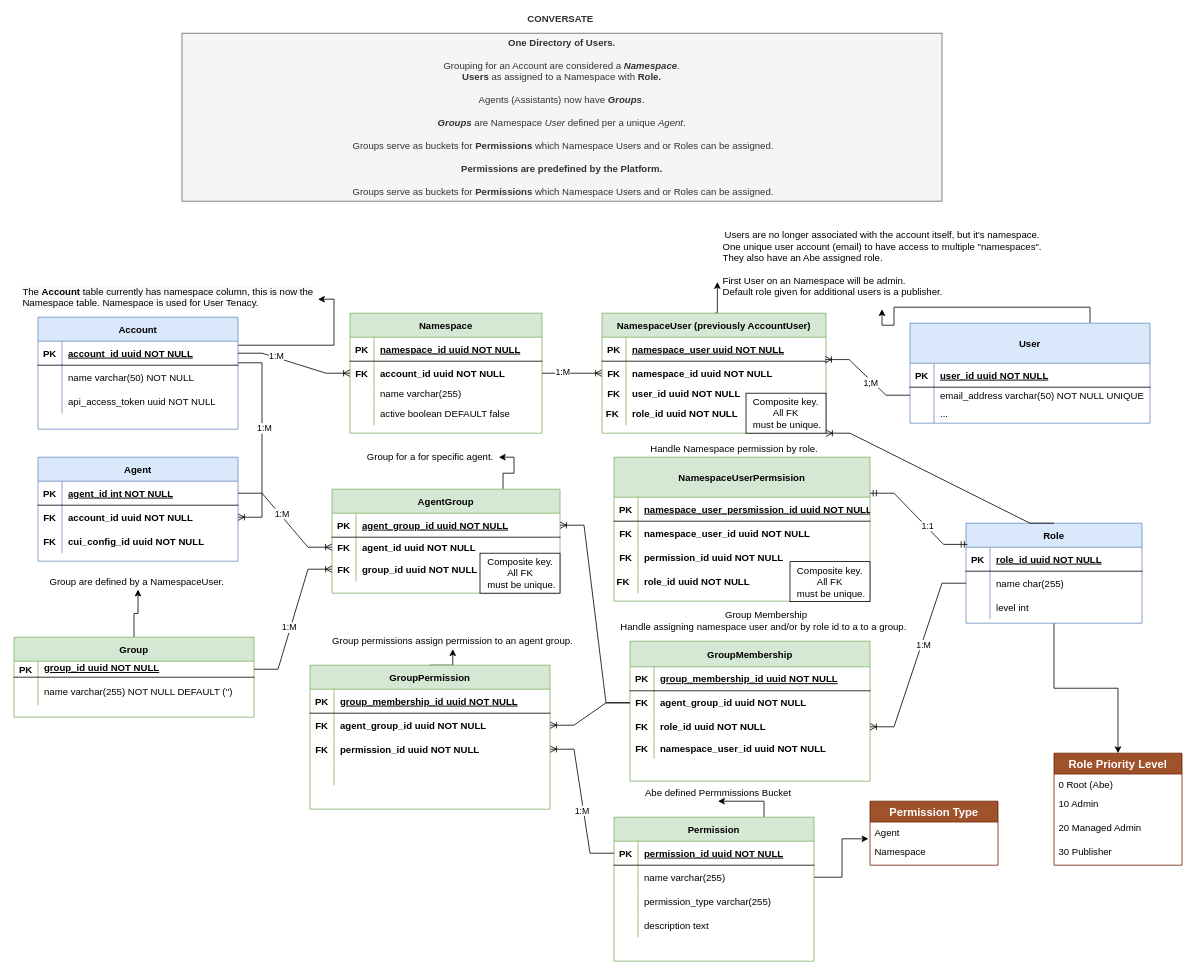
Earlier version of the draw.io diagram page "Diagram" (1 of 3) of Untitled Diagram.drawio (toyabeai/diagrams). Source tidied: cells renumbered, new cells numbered last; positions are measured from the earlier drawing's top-left corner, leaving out a move shared by most shapes. Both pictures are drawn from the tidied source at 80%, with x=0, y=0 at pixel (14, 33).
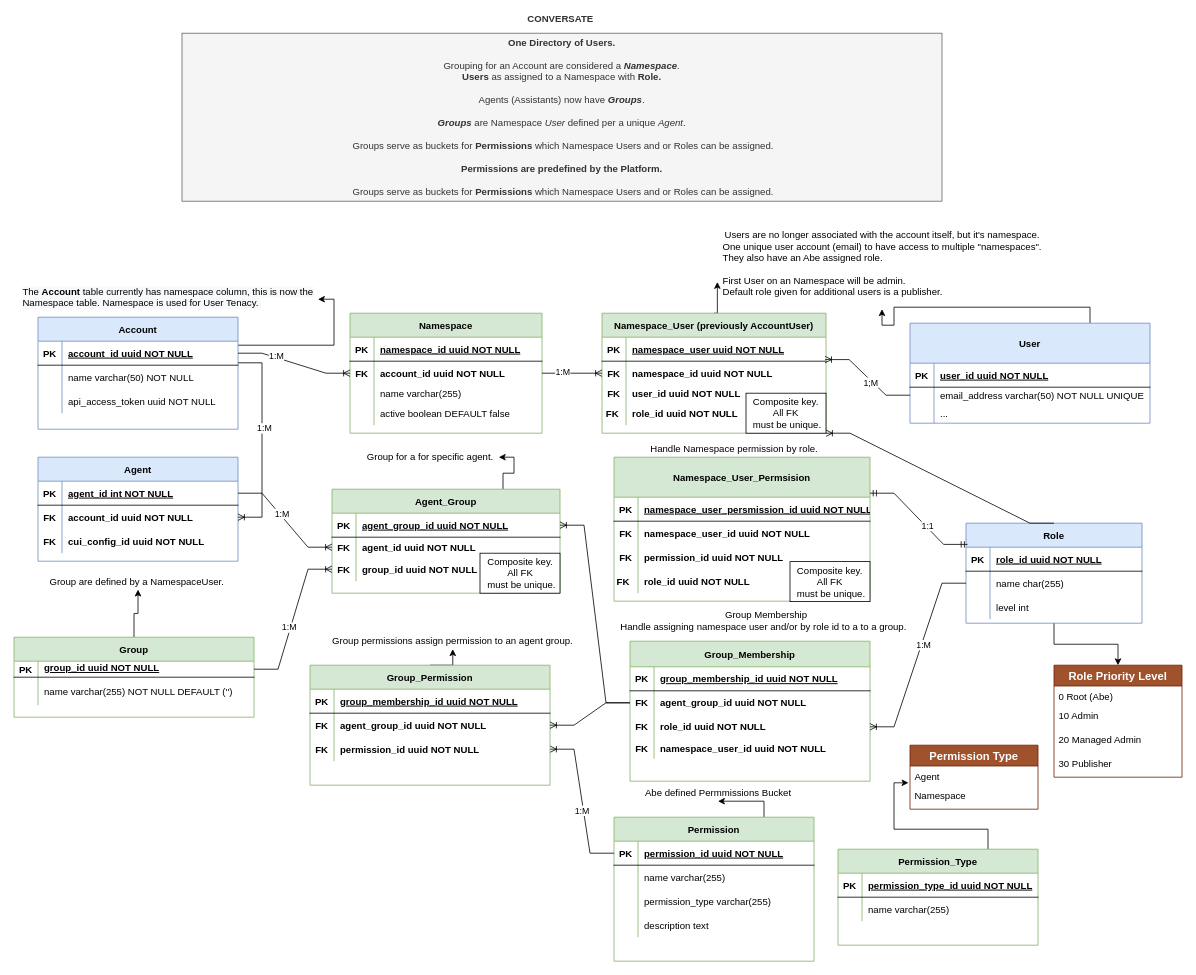
After the change.

Unchanged cells that the change refers to:
```xml
<mxCell id="74" style="shape=tableRow;horizontal=0;startSize=0;swimlaneHead=0;swimlaneBody=0;fillColor=none;points=[[0,0.5],[1,0.5]];portConstraint=eastwest;top=0;left=0;right=0;bottom=0;" parent="70" vertex="1">
  <mxGeometry y="60" width="250" height="30" as="geometry" />
</mxCell>
<mxCell id="146" value="Namespace" style="text;spacingLeft=4;spacingRight=4;overflow=hidden;points=[[0,0.5],[1,0.5]];portConstraint=eastwest;fontSize=12;" parent="144" vertex="1">
  <mxGeometry y="50" width="160" height="30" as="geometry" />
</mxCell>
```

Change to the diagram source:
```diff
@@
-    <mxCell id="47" value="GroupMembership" style="shape=table;startSize=32;childLayout=tableLayout;rowLines=0;fontStyle=1;align=center;fillColor=#d5e8d4;strokeColor=#82b366;" parent="1" vertex="1">
+    <mxCell id="47" value="Group_Membership" style="shape=table;startSize=32;childLayout=tableLayout;rowLines=0;fontStyle=1;align=center;fillColor=#d5e8d4;strokeColor=#82b366;" parent="1" vertex="1">
       <mxGeometry x="770" y="760" width="300" height="175" as="geometry" />
     </mxCell>
@@
-    <mxCell id="68" style="edgeStyle=orthogonalEdgeStyle;rounded=0;jettySize=auto;html=1;exitX=1;exitY=0.5;exitDx=0;exitDy=0;entryX=-0.012;entryY=-0.1;entryDx=0;entryDy=0;entryPerimeter=0;fontColor=#000000;" parent="1" edge="1" source="74" target="146">
+    <mxCell id="68" style="edgeStyle=orthogonalEdgeStyle;rounded=0;jettySize=auto;html=1;exitX=0.75;exitY=0;exitDx=0;exitDy=0;entryX=-0.012;entryY=-0.1;entryDx=0;entryDy=0;entryPerimeter=0;fontColor=#000000;" parent="1" edge="1" source="188" target="146">
       <mxGeometry relative="1" as="geometry" />
     </mxCell>
@@
-    <mxCell id="86" value="AgentGroup" style="shape=table;startSize=30;childLayout=tableLayout;rowLines=0;fontStyle=1;align=center;fillColor=#d5e8d4;strokeColor=#82b366;" parent="1" vertex="1">
+    <mxCell id="86" value="Agent_Group" style="shape=table;startSize=30;childLayout=tableLayout;rowLines=0;fontStyle=1;align=center;fillColor=#d5e8d4;strokeColor=#82b366;" parent="1" vertex="1">
       <mxGeometry x="397.5" y="570" width="285" height="130" as="geometry" />
     </mxCell>
@@
-    <mxCell id="101" value="NamespaceUser (previously AccountUser)" style="shape=table;startSize=30;childLayout=tableLayout;rowLines=0;fontStyle=1;align=center;fillColor=#d5e8d4;strokeColor=#82b366;" parent="1" vertex="1">
+    <mxCell id="101" value="Namespace_User (previously AccountUser)" style="shape=table;startSize=30;childLayout=tableLayout;rowLines=0;fontStyle=1;align=center;fillColor=#d5e8d4;strokeColor=#82b366;" parent="1" vertex="1">
       <mxGeometry x="735" y="350" width="280" height="150" as="geometry" />
     </mxCell>
@@
     <mxCell id="121" value="Role Priority Level" style="swimlane;fontStyle=1;horizontal=1;startSize=26;align=center;fontSize=14;fillColor=#a0522d;strokeColor=#6D1F00;fontColor=#ffffff;" parent="1" vertex="1">
-      <mxGeometry x="1300" y="900" width="160" height="140" as="geometry" />
+      <mxGeometry x="1300" y="790" width="160" height="140" as="geometry" />
     </mxCell>
@@
     <mxCell id="144" value="Permission Type" style="swimlane;fontStyle=1;horizontal=1;startSize=26;align=center;fontSize=14;fillColor=#a0522d;strokeColor=#6D1F00;fontColor=#ffffff;" parent="1" vertex="1">
-      <mxGeometry x="1070" y="960" width="160" height="80" as="geometry" />
+      <mxGeometry x="1120" y="890" width="160" height="80" as="geometry" />
     </mxCell>
@@
-    <mxCell id="148" value="GroupPermission" style="shape=table;startSize=30;childLayout=tableLayout;rowLines=0;fontStyle=1;align=center;fillColor=#d5e8d4;strokeColor=#82b366;" parent="1" vertex="1">
-      <mxGeometry x="370" y="790" width="300" height="180" as="geometry" />
+    <mxCell id="148" value="Group_Permission" style="shape=table;startSize=30;childLayout=tableLayout;rowLines=0;fontStyle=1;align=center;fillColor=#d5e8d4;strokeColor=#82b366;" parent="1" vertex="1">
+      <mxGeometry x="370" y="790" width="300" height="150" as="geometry" />
     </mxCell>
@@
-    <mxCell id="158" style="shape=tableRow;horizontal=0;startSize=0;swimlaneHead=0;swimlaneBody=0;fillColor=none;top=0;left=0;right=0;bottom=0;" parent="148" vertex="1">
-      <mxGeometry y="120" width="300" height="30" as="geometry" />
-    </mxCell>
-    <mxCell id="159" style="shape=partialRectangle;fillColor=none;top=0;left=0;bottom=0;right=0;overflow=hidden;" parent="158" vertex="1">
-      <mxGeometry width="30" height="30" as="geometry" />
-    </mxCell>
-    <mxCell id="160" style="shape=partialRectangle;fillColor=none;top=0;left=0;bottom=0;right=0;align=left;spacingLeft=6;overflow=hidden;" parent="158" vertex="1">
-      <mxGeometry x="30" width="270" height="30" as="geometry" />
-    </mxCell>
@@
-    <mxCell id="171" value="NamespaceUserPermsision" style="shape=table;startSize=50;childLayout=tableLayout;rowLines=0;fontStyle=1;align=center;fillColor=#d5e8d4;strokeColor=#82b366;" parent="1" vertex="1">
+    <mxCell id="171" value="Namespace_User_Permsision" style="shape=table;startSize=50;childLayout=tableLayout;rowLines=0;fontStyle=1;align=center;fillColor=#d5e8d4;strokeColor=#82b366;" parent="1" vertex="1">
       <mxGeometry x="750" y="530" width="320" height="180" as="geometry" />
     </mxCell>
@@
+    <mxCell id="188" value="Permission_Type" style="shape=table;startSize=30;childLayout=tableLayout;rowLines=0;fontStyle=1;align=center;fillColor=#d5e8d4;strokeColor=#82b366;" parent="1" vertex="1">
+      <mxGeometry x="1030" y="1020" width="250" height="120" as="geometry" />
+    </mxCell>
+    <mxCell id="189" style="shape=tableRow;horizontal=0;startSize=0;swimlaneHead=0;swimlaneBody=0;fillColor=none;top=0;left=0;right=0;bottom=1;" parent="188" vertex="1">
+      <mxGeometry y="30" width="250" height="30" as="geometry" />
+    </mxCell>
+    <mxCell id="190" value="PK" style="shape=partialRectangle;fillColor=none;top=0;left=0;bottom=0;right=0;fontStyle=1;overflow=hidden;" parent="189" vertex="1">
+      <mxGeometry width="30" height="30" as="geometry" />
+    </mxCell>
+    <mxCell id="191" value="permission_type_id uuid NOT NULL" style="shape=partialRectangle;fillColor=none;top=0;left=0;bottom=0;right=0;align=left;spacingLeft=6;fontStyle=5;overflow=hidden;" parent="189" vertex="1">
+      <mxGeometry x="30" width="220" height="30" as="geometry" />
+    </mxCell>
+    <mxCell id="192" style="shape=tableRow;horizontal=0;startSize=0;swimlaneHead=0;swimlaneBody=0;fillColor=none;top=0;left=0;right=0;bottom=0;" parent="188" vertex="1">
+      <mxGeometry y="60" width="250" height="30" as="geometry" />
+    </mxCell>
+    <mxCell id="159" style="shape=partialRectangle;fillColor=none;top=0;left=0;bottom=0;right=0;overflow=hidden;" parent="192" vertex="1">
+      <mxGeometry width="30" height="30" as="geometry" />
+    </mxCell>
+    <mxCell id="193" value="name varchar(255)" style="shape=partialRectangle;fillColor=none;top=0;left=0;bottom=0;right=0;align=left;spacingLeft=6;overflow=hidden;" parent="192" vertex="1">
+      <mxGeometry x="30" width="220" height="30" as="geometry" />
+    </mxCell>
```
